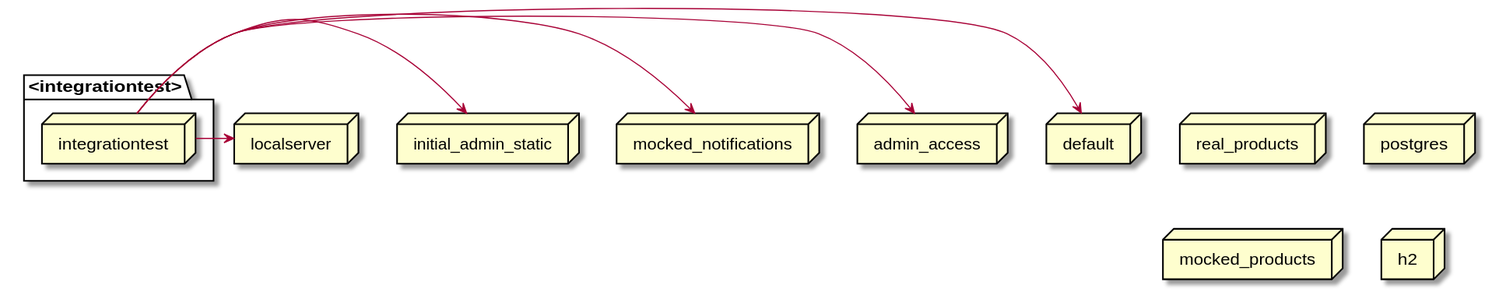
Earlier version of the PlantUML export docs/latest/images/gen_springprofiles-integrationtest.svg (mercedes-benz/sechub). Its diagram source:
```plantuml
@startuml
node real_products
node default
node postgres
node localserver
node mocked_products
node mocked_notifications
node admin_access
package <integrationtest>{
   node integrationtest
}
node initial_admin_static
node h2
integrationtest -> localserver
integrationtest -> initial_admin_static
integrationtest -> mocked_notifications
integrationtest -> admin_access
integrationtest -> default
@enduml
```
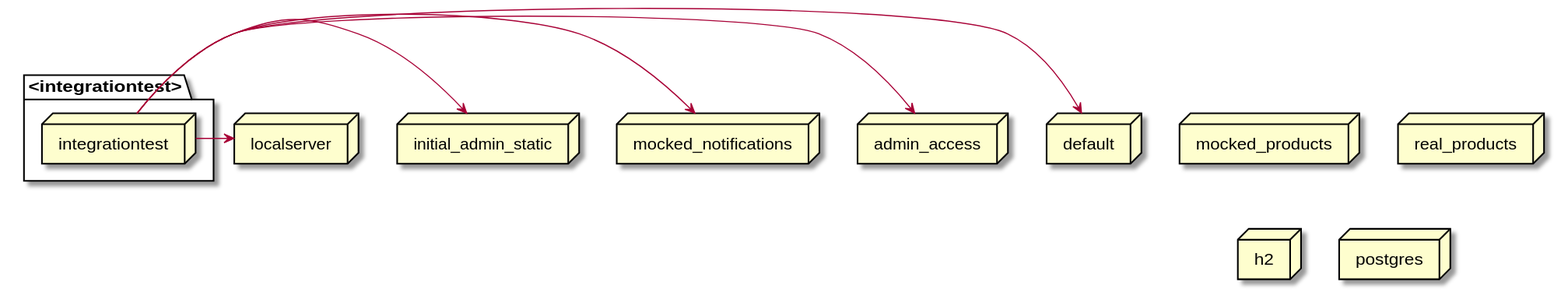
Later version of the same file.

What changed in the source:
```diff
@@ -1,16 +1,16 @@
 @startuml
+node admin_access
+node localserver
+node mocked_products
 node real_products
 node default
-node postgres
-node localserver
-node mocked_products
-node mocked_notifications
-node admin_access
 package <integrationtest>{
    node integrationtest
 }
+node h2
+node mocked_notifications
 node initial_admin_static
-node h2
+node postgres
 integrationtest -> localserver
 integrationtest -> initial_admin_static
 integrationtest -> mocked_notifications
```
